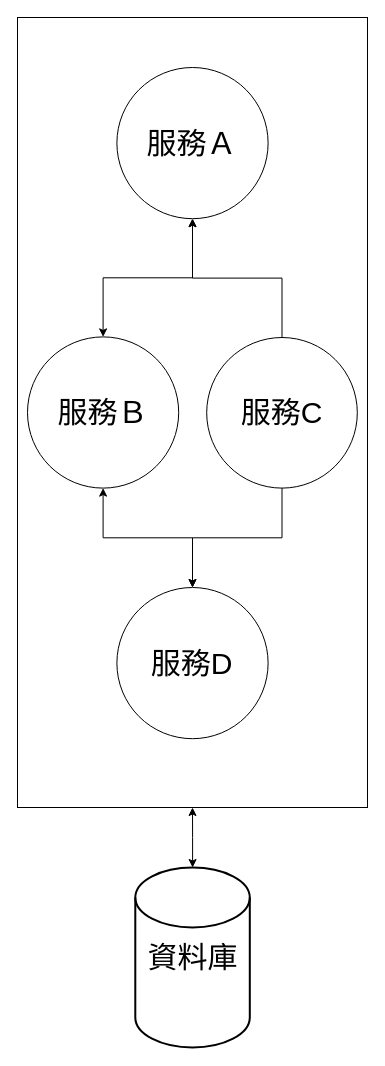
The draw.io diagram page "單體式架構" (1 of 3) of 未命名绘图.drawio in knut-bw/exp, before the edit. Source tidied: cells renumbered, new cells numbered last; positions are measured from the earlier drawing's top-left corner, leaving out a move shared by most shapes. Both pictures are drawn from the tidied source at 100%, with x=0, y=0 at pixel (-203, 67).
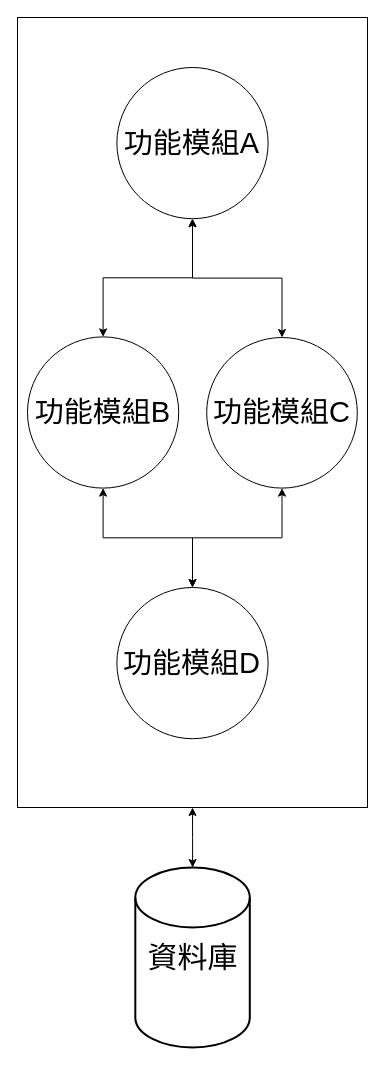
The same diagram, later.

Commit message:
更新 單體式架構 & 微服務架構

The edit, as a diff of the source:
```diff
@@
 <mxGraphModel>
   <root>
     <mxCell id="0" />
     <mxCell id="1" parent="0" />
     <mxCell id="2" style="rounded=0;whiteSpace=wrap;html=1;rotation=90;fillColor=none;" parent="1" vertex="1">
       <mxGeometry y="170" width="790" height="350" as="geometry" />
     </mxCell>
     <mxCell id="3" style="edgeStyle=orthogonalEdgeStyle;rounded=0;jettySize=auto;html=1;startArrow=classic;startFill=1;" parent="1" edge="1" source="4" target="2">
       <mxGeometry relative="1" as="geometry" />
     </mxCell>
     <mxCell id="4" value="&lt;font style=&quot;font-size: 30px;&quot;&gt;資料庫&lt;/font&gt;" style="strokeWidth=2;html=1;shape=mxgraph.flowchart.database;whiteSpace=wrap;" parent="1" vertex="1">
       <mxGeometry x="337.8" y="800" width="114.5" height="180" as="geometry" />
     </mxCell>
-    <mxCell id="5" value="&lt;font style=&quot;font-size: 30px;&quot;&gt;服務Ａ&lt;/font&gt;" style="ellipse;whiteSpace=wrap;html=1;" parent="1" vertex="1">
+    <mxCell id="5" value="&lt;span style=&quot;font-size: 29px;&quot;&gt;功能模組A&lt;/span&gt;" style="ellipse;whiteSpace=wrap;html=1;" parent="1" vertex="1">
       <mxGeometry x="319.4" width="151.2" height="151.2" as="geometry" />
     </mxCell>
     <mxCell id="6" style="edgeStyle=orthogonalEdgeStyle;rounded=0;jettySize=auto;html=1;startArrow=classic;startFill=1;" parent="1" edge="1" source="8" target="9">
       <mxGeometry relative="1" as="geometry" />
     </mxCell>
     <mxCell id="7" style="edgeStyle=orthogonalEdgeStyle;rounded=0;jettySize=auto;html=1;startArrow=classic;startFill=1;" parent="1" edge="1" source="8" target="5">
       <mxGeometry relative="1" as="geometry" />
     </mxCell>
-    <mxCell id="8" value="&lt;span style=&quot;font-size: 30px;&quot;&gt;服務Ｂ&lt;/span&gt;" style="ellipse;whiteSpace=wrap;html=1;" parent="1" vertex="1">
+    <mxCell id="8" value="&lt;font style=&quot;font-size: 29px;&quot;&gt;功能模組B&lt;/font&gt;" style="ellipse;whiteSpace=wrap;html=1;" parent="1" vertex="1">
       <mxGeometry x="230" y="269.4" width="151.2" height="151.2" as="geometry" />
     </mxCell>
-    <mxCell id="9" value="&lt;span style=&quot;font-size: 30px;&quot;&gt;服務D&lt;/span&gt;" style="ellipse;whiteSpace=wrap;html=1;" parent="1" vertex="1">
+    <mxCell id="9" value="&lt;span style=&quot;font-size: 29px;&quot;&gt;功能模組D&lt;/span&gt;" style="ellipse;whiteSpace=wrap;html=1;" parent="1" vertex="1">
       <mxGeometry x="319.4" y="520" width="151.2" height="151.2" as="geometry" />
     </mxCell>
-    <mxCell id="10" style="edgeStyle=orthogonalEdgeStyle;rounded=0;jettySize=auto;html=1;" parent="1" edge="1" source="12" target="5">
+    <mxCell id="10" style="edgeStyle=orthogonalEdgeStyle;rounded=0;jettySize=auto;html=1;startArrow=classic;startFill=1;" parent="1" edge="1" source="12" target="5">
       <mxGeometry relative="1" as="geometry" />
     </mxCell>
-    <mxCell id="11" style="edgeStyle=orthogonalEdgeStyle;rounded=0;jettySize=auto;html=1;" parent="1" edge="1" source="12" target="9">
+    <mxCell id="11" style="edgeStyle=orthogonalEdgeStyle;rounded=0;jettySize=auto;html=1;startArrow=classic;startFill=1;" parent="1" edge="1" source="12" target="9">
       <mxGeometry relative="1" as="geometry" />
     </mxCell>
-    <mxCell id="12" value="&lt;span style=&quot;font-size: 30px;&quot;&gt;服務C&lt;/span&gt;" style="ellipse;whiteSpace=wrap;html=1;" parent="1" vertex="1">
+    <mxCell id="12" value="&lt;span style=&quot;font-size: 29px;&quot;&gt;功能模組&lt;/span&gt;&lt;font style=&quot;font-size: 29px;&quot;&gt;C&lt;/font&gt;" style="ellipse;whiteSpace=wrap;html=1;" parent="1" vertex="1">
       <mxGeometry x="409.2" y="270" width="150.6" height="150.6" as="geometry" />
     </mxCell>
   </root>
 </mxGraphModel>
```
